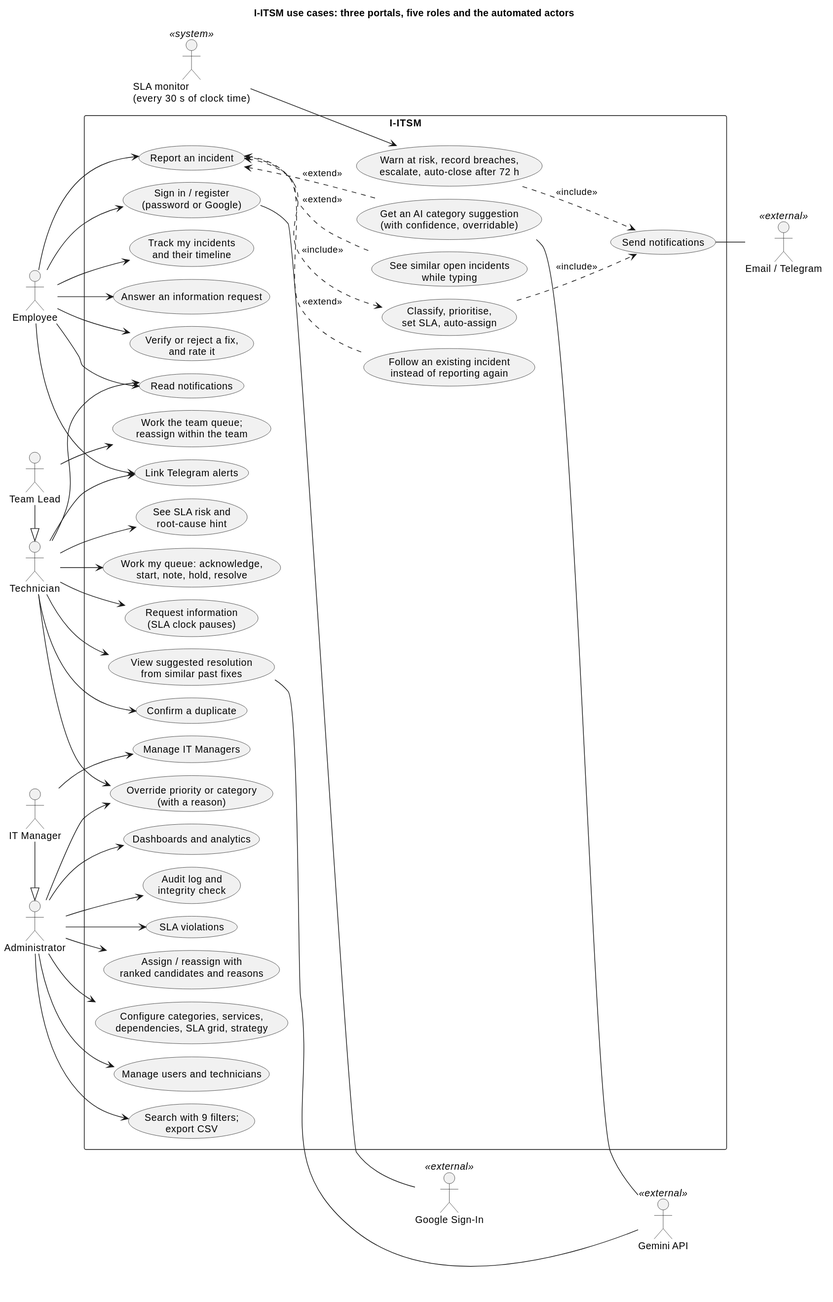
Earlier version of the PlantUML export docs/diagrams/usecase.svg (Siddhant944/i-itsm). Source of this version:
```plantuml
@startuml
!pragma layout smetana
skinparam shadowing false
skinparam defaultFontName Helvetica
skinparam packageStyle rectangle
left to right direction
title I-ITSM use cases: three portals, five roles and the automated actors

actor Employee as EMP
actor Technician as TECH
actor "Team Lead" as LEAD
actor Administrator as ADM
actor "IT Manager" as MGR
actor "SLA monitor\n(every 30 s of clock time)" as MON <<system>>
actor "Gemini API" as GEM <<external>>
actor "Email / Telegram" as MSG <<external>>
actor "Google Sign-In" as GOO <<external>>

LEAD -|> TECH
MGR -|> ADM

rectangle "I-ITSM" {
  usecase "Sign in / register\n(password or Google)" as UC_AUTH
  usecase "Report an incident" as UC_REPORT
  usecase "See similar open incidents\nwhile typing" as UC_SIMILAR
  usecase "Get an AI category suggestion\n(with confidence, overridable)" as UC_CLASSIFY
  usecase "Follow an existing incident\ninstead of reporting again" as UC_FOLLOW
  usecase "Track my incidents\nand their timeline" as UC_TRACK
  usecase "Answer an information request" as UC_INFO
  usecase "Verify or reject a fix,\nand rate it" as UC_VERIFY
  usecase "Read notifications" as UC_NOTIFY
  usecase "Link Telegram alerts" as UC_TG

  usecase "Work my queue: acknowledge,\nstart, note, hold, resolve" as UC_WORK
  usecase "Request information\n(SLA clock pauses)" as UC_ASK
  usecase "View suggested resolution\nfrom similar past fixes" as UC_SUGGEST
  usecase "Confirm a duplicate" as UC_DUP
  usecase "See SLA risk and\nroot-cause hint" as UC_RISK
  usecase "Work the team queue;\nreassign within the team" as UC_TEAM

  usecase "Assign / reassign with\nranked candidates and reasons" as UC_ASSIGN
  usecase "Override priority or category\n(with a reason)" as UC_PRIO
  usecase "Configure categories, services,\ndependencies, SLA grid, strategy" as UC_CONFIG
  usecase "Manage users and technicians" as UC_USERS
  usecase "Search with 9 filters;\nexport CSV" as UC_SEARCH
  usecase "Dashboards and analytics" as UC_DASH
  usecase "Audit log and\nintegrity check" as UC_AUDIT
  usecase "SLA violations" as UC_VIOL
  usecase "Manage IT Managers" as UC_MGRS

  usecase "Classify, prioritise,\nset SLA, auto-assign" as UC_AUTO
  usecase "Warn at risk, record breaches,\nescalate, auto-close after 72 h" as UC_SLA
  usecase "Send notifications" as UC_SEND
}

EMP --> UC_AUTH
EMP --> UC_REPORT
EMP --> UC_TRACK
EMP --> UC_INFO
EMP --> UC_VERIFY
EMP --> UC_NOTIFY
EMP --> UC_TG
UC_REPORT <.. UC_SIMILAR : <<extend>>
UC_REPORT <.. UC_CLASSIFY : <<extend>>
UC_REPORT <.. UC_FOLLOW : <<extend>>
UC_REPORT ..> UC_AUTO : <<include>>

TECH --> UC_WORK
TECH --> UC_ASK
TECH --> UC_SUGGEST
TECH --> UC_DUP
TECH --> UC_RISK
TECH --> UC_NOTIFY
TECH --> UC_PRIO
TECH --> UC_TG
LEAD --> UC_TEAM

ADM --> UC_ASSIGN
ADM --> UC_PRIO
ADM --> UC_CONFIG
ADM --> UC_USERS
ADM --> UC_SEARCH
ADM --> UC_DASH
ADM --> UC_AUDIT
ADM --> UC_VIOL
MGR --> UC_MGRS

UC_AUTH -- GOO
UC_CLASSIFY -- GEM
UC_SUGGEST -- GEM
MON --> UC_SLA
UC_AUTO ..> UC_SEND : <<include>>
UC_SLA ..> UC_SEND : <<include>>
UC_SEND -- MSG
@enduml
```
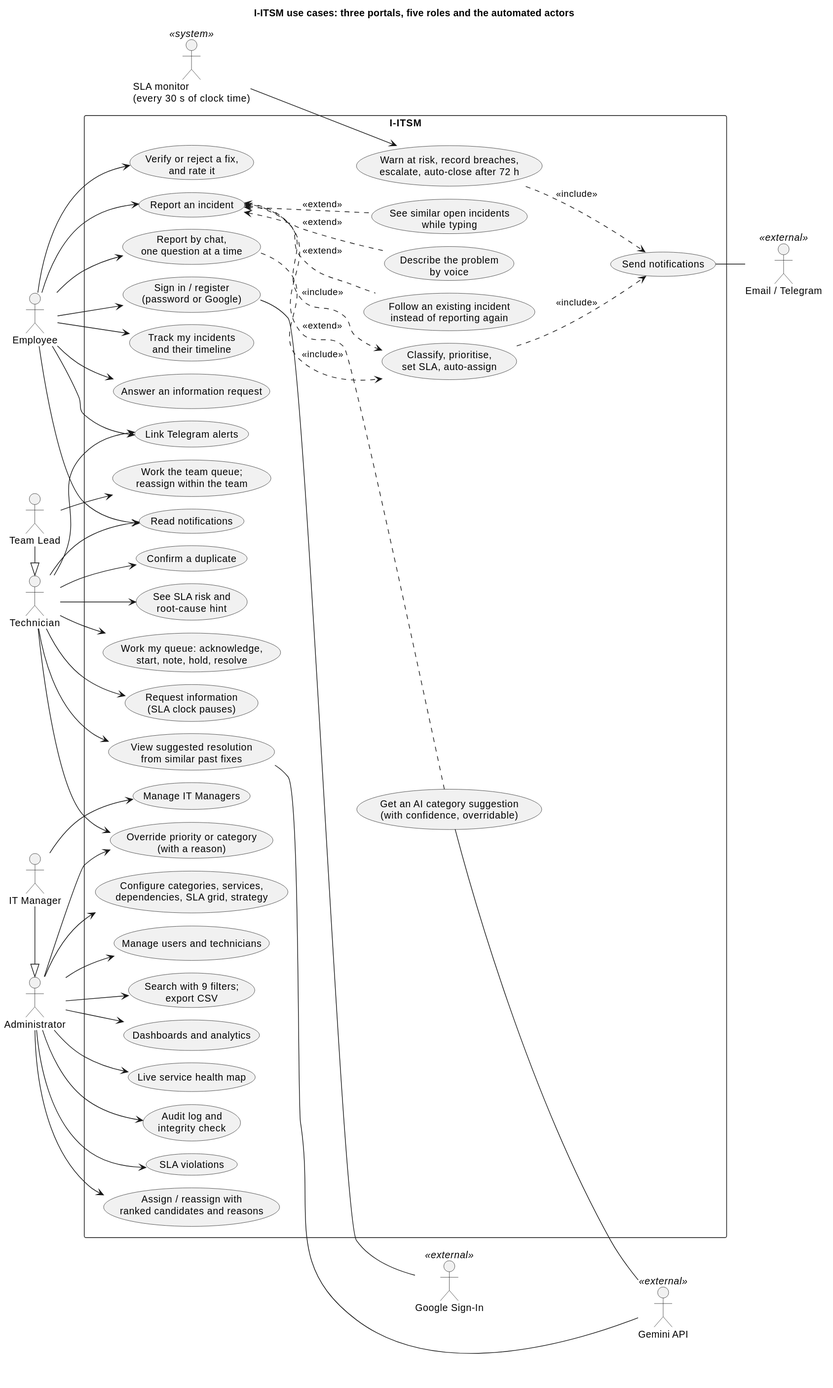
After the commit.

Change to the diagram source:
```diff
@@ -25,6 +25,8 @@
   usecase "See similar open incidents\nwhile typing" as UC_SIMILAR
   usecase "Get an AI category suggestion\n(with confidence, overridable)" as UC_CLASSIFY
   usecase "Follow an existing incident\ninstead of reporting again" as UC_FOLLOW
+  usecase "Describe the problem\nby voice" as UC_VOICE
+  usecase "Report by chat,\none question at a time" as UC_CHAT
   usecase "Track my incidents\nand their timeline" as UC_TRACK
   usecase "Answer an information request" as UC_INFO
   usecase "Verify or reject a fix,\nand rate it" as UC_VERIFY
@@ -44,6 +46,7 @@
   usecase "Manage users and technicians" as UC_USERS
   usecase "Search with 9 filters;\nexport CSV" as UC_SEARCH
   usecase "Dashboards and analytics" as UC_DASH
+  usecase "Live service health map" as UC_HEALTH
   usecase "Audit log and\nintegrity check" as UC_AUDIT
   usecase "SLA violations" as UC_VIOL
   usecase "Manage IT Managers" as UC_MGRS
@@ -63,6 +66,9 @@
 UC_REPORT <.. UC_SIMILAR : <<extend>>
 UC_REPORT <.. UC_CLASSIFY : <<extend>>
 UC_REPORT <.. UC_FOLLOW : <<extend>>
+UC_REPORT <.. UC_VOICE : <<extend>>
+EMP --> UC_CHAT
+UC_CHAT ..> UC_AUTO : <<include>>
 UC_REPORT ..> UC_AUTO : <<include>>
 
 TECH --> UC_WORK
@@ -81,6 +87,7 @@
 ADM --> UC_USERS
 ADM --> UC_SEARCH
 ADM --> UC_DASH
+ADM --> UC_HEALTH
 ADM --> UC_AUDIT
 ADM --> UC_VIOL
 MGR --> UC_MGRS
```
